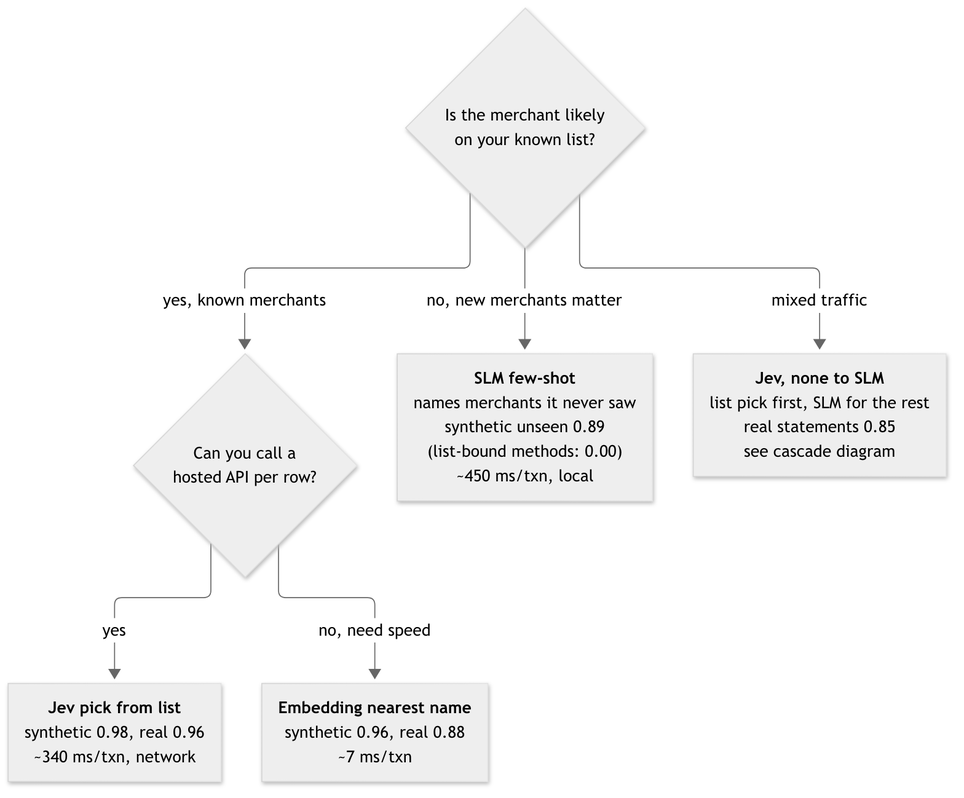
Above: reports/figures/merchant_decision.png in aeoxyz-jpg/tranx-transaction-standardization (Mermaid), before the change. Its source is kept beside it as docs/diagrams/merchant_decision.mmd. Its diagram source:
```mermaid
flowchart TD
    Q1{"Is the merchant likely<br/>on your known list?"}
    Q1 -->|"yes, known merchants"| Q2{"Can you call a<br/>hosted API per row?"}
    Q1 -->|"no, new merchants matter"| SLM["<b>SLM few-shot</b><br/>names merchants it never saw<br/>synthetic unseen 0.89<br/>(list-bound methods: 0.00)<br/>~450 ms/txn, local"]
    Q1 -->|"mixed traffic"| CASC["<b>Jev, none to SLM</b><br/>list pick first, SLM for the rest<br/>real statements 0.85<br/>see cascade diagram"]
    Q2 -->|yes| JEV["<b>Jev pick from list</b><br/>synthetic 0.98, real 0.96<br/>~340 ms/txn, network"]
    Q2 -->|"no, need speed"| EMB["<b>Embedding nearest name</b><br/>synthetic 0.96, real 0.88<br/>~7 ms/txn"]
```
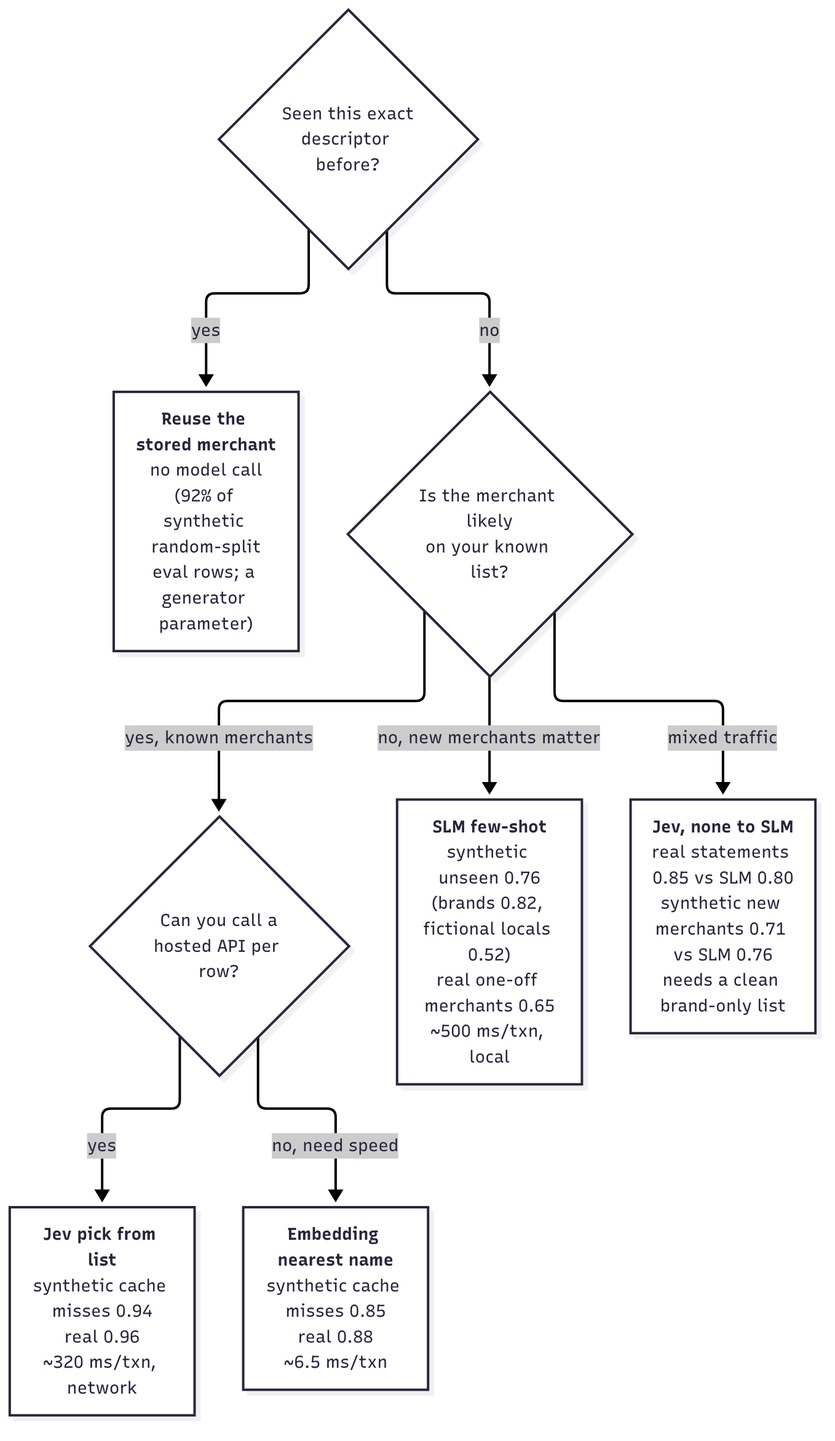
The same file after the commit.

Diff of the diagram source:
```diff
@@ -1,7 +1,9 @@
 flowchart TD
-    Q1{"Is the merchant likely<br/>on your known list?"}
+    Q0{"Seen this exact<br/>descriptor before?"}
+    Q0 -->|yes| CACHE["<b>Reuse the stored merchant</b><br/>no model call<br/>(92% of synthetic random-split<br/>eval rows; a generator parameter)"]
+    Q0 -->|no| Q1{"Is the merchant likely<br/>on your known list?"}
     Q1 -->|"yes, known merchants"| Q2{"Can you call a<br/>hosted API per row?"}
-    Q1 -->|"no, new merchants matter"| SLM["<b>SLM few-shot</b><br/>names merchants it never saw<br/>synthetic unseen 0.89<br/>(list-bound methods: 0.00)<br/>~450 ms/txn, local"]
-    Q1 -->|"mixed traffic"| CASC["<b>Jev, none to SLM</b><br/>list pick first, SLM for the rest<br/>real statements 0.85<br/>see cascade diagram"]
-    Q2 -->|yes| JEV["<b>Jev pick from list</b><br/>synthetic 0.98, real 0.96<br/>~340 ms/txn, network"]
-    Q2 -->|"no, need speed"| EMB["<b>Embedding nearest name</b><br/>synthetic 0.96, real 0.88<br/>~7 ms/txn"]
+    Q1 -->|"no, new merchants matter"| SLM["<b>SLM few-shot</b><br/>synthetic unseen 0.76<br/>(brands 0.82, fictional locals 0.52)<br/>real one-off merchants 0.65<br/>~500 ms/txn, local"]
+    Q1 -->|"mixed traffic"| CASC["<b>Jev, none to SLM</b><br/>real statements 0.85 vs SLM 0.80<br/>synthetic new merchants 0.71 vs SLM 0.76<br/>needs a clean brand-only list"]
+    Q2 -->|yes| JEV["<b>Jev pick from list</b><br/>synthetic cache misses 0.94<br/>real 0.96<br/>~320 ms/txn, network"]
+    Q2 -->|"no, need speed"| EMB["<b>Embedding nearest name</b><br/>synthetic cache misses 0.85<br/>real 0.88<br/>~6.5 ms/txn"]
```
